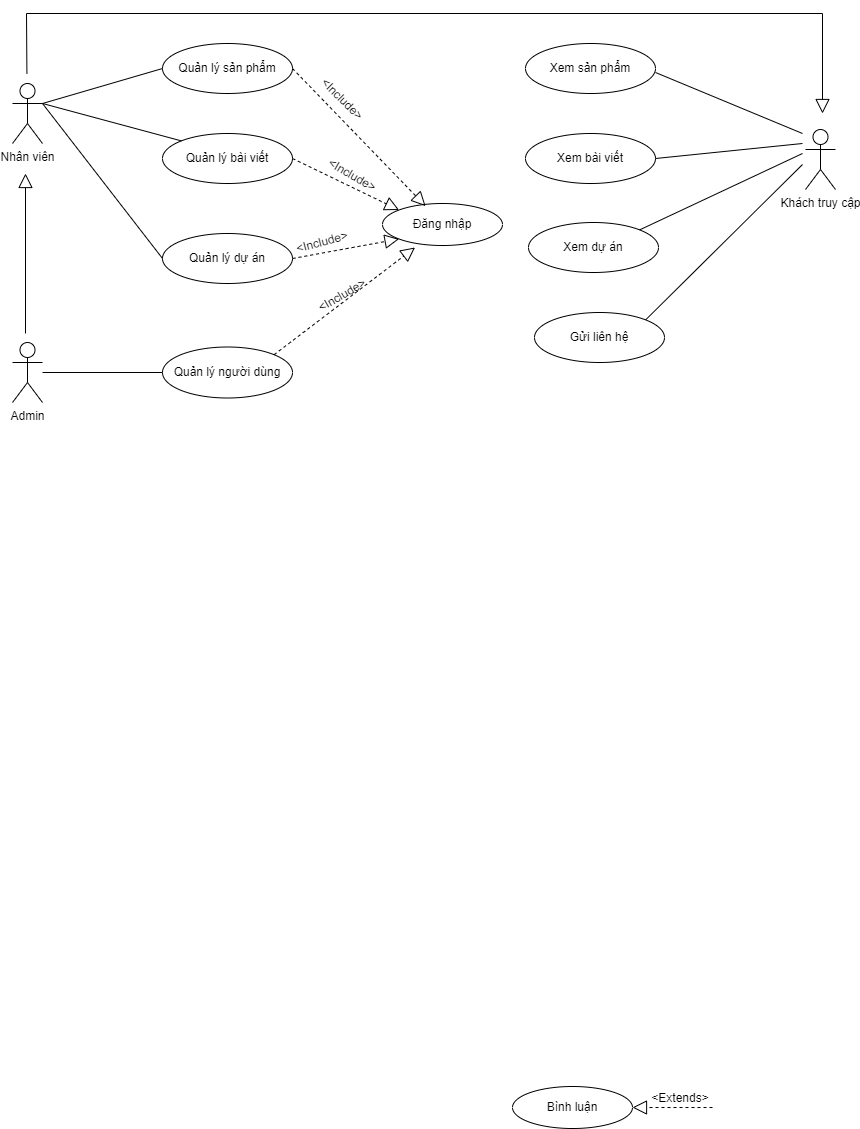
The draw.io diagram UseCase.png in ChauCongTu/thiet-ke-linh-tinh, before a commit. Source tidied: cells renumbered, new cells last; positions are measured from the earlier drawing's top-left corner, leaving out a move shared by most shapes.
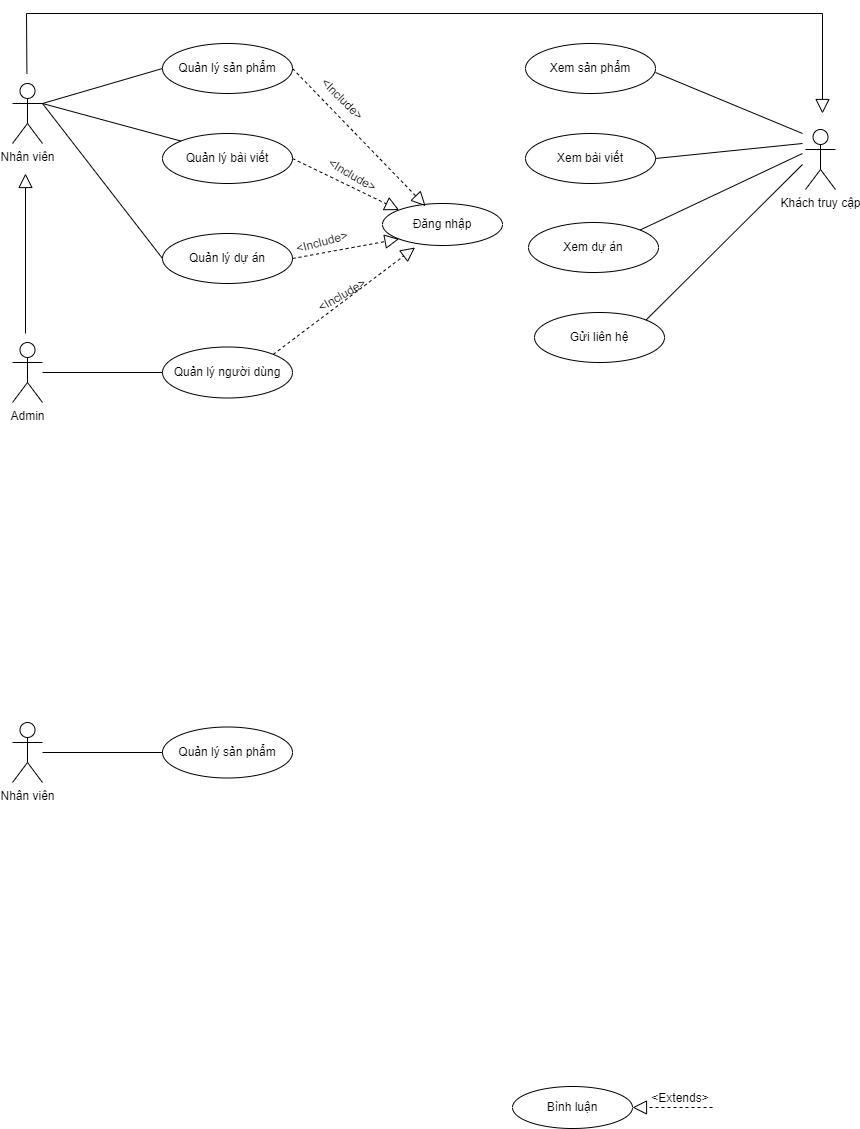
Above is the later version.

Commit message:
Cập nhật UseCase.png

Diff of the diagram source:
```diff
@@ -122,5 +122,14 @@
         <mxPoint x="790" y="151" as="targetPoint" />
       </mxGeometry>
     </mxCell>
+    <mxCell id="35" value="Nhân viên" style="shape=umlActor;verticalLabelPosition=bottom;verticalAlign=top;html=1;outlineConnect=0;" parent="1" vertex="1">
+      <mxGeometry y="709" width="30" height="60" as="geometry" />
+    </mxCell>
+    <mxCell id="36" value="Quản lý sản phẩm" style="ellipse;whiteSpace=wrap;html=1;" parent="1" vertex="1">
+      <mxGeometry x="150" y="713.5" width="130" height="51" as="geometry" />
+    </mxCell>
+    <mxCell id="37" style="endArrow=none;html=1;rounded=0;entryX=0;entryY=0.5;entryDx=0;entryDy=0;" parent="1" edge="1" source="35" target="36">
+      <mxGeometry relative="1" as="geometry" />
+    </mxCell>
   </root>
 </mxGraphModel>
```
